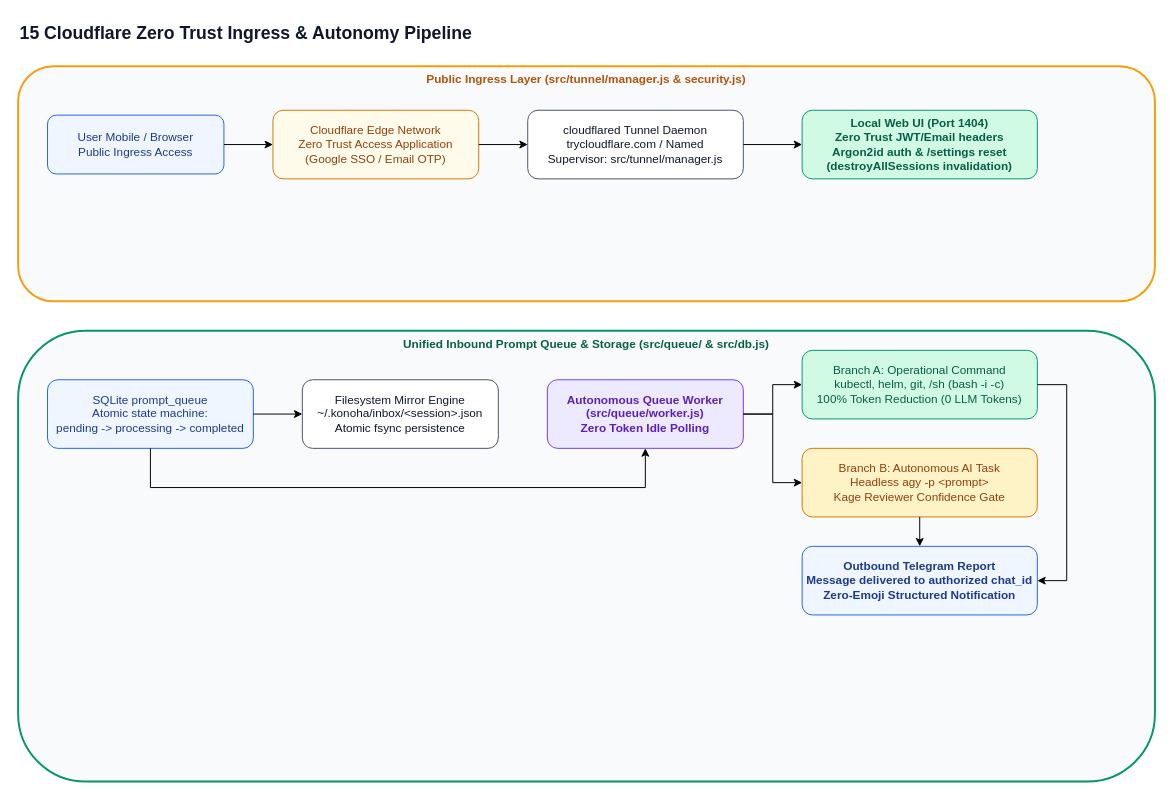
Before: page "15 Cloudflare Zero Trust Ingress & Prompt Queue" (15 of 16) of docs/diagrams/konoha-architecture.drawio in andycungkrinx91/konoha, a draw.io diagram. Source tidied: cells renumbered, new cells numbered last; positions are measured from the earlier drawing's top-left corner, leaving out a move shared by most shapes. Both pictures are drawn from the tidied source at 98%, with x=0, y=0 at pixel (18, 17).
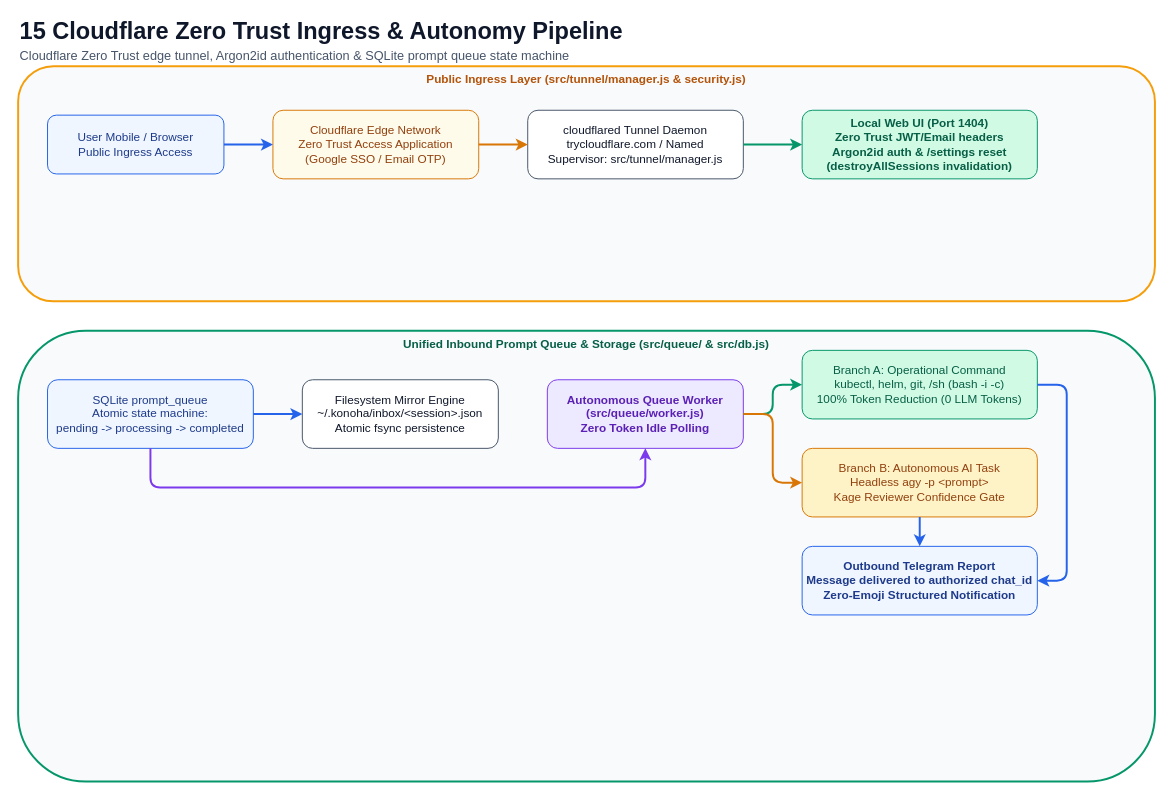
The same diagram, later.

The change refers to these unchanged cells:
```xml
<mxCell id="4" value="User Mobile / Browser&#10;Public Ingress Access" style="rounded=1;whiteSpace=wrap;html=1;fillColor=#eff6ff;strokeColor=#2563eb;fontColor=#1e3a8a;" parent="1" vertex="1">
  <mxGeometry x="30" y="100" width="180" height="60" as="geometry" />
</mxCell>
<mxCell id="5" value="Cloudflare Edge Network&#10;Zero Trust Access Application&#10;(Google SSO / Email OTP)" style="rounded=1;whiteSpace=wrap;html=1;fillColor=#fffbeb;strokeColor=#d97706;fontColor=#92400e;" parent="1" vertex="1">
  <mxGeometry x="260" y="95" width="210" height="70" as="geometry" />
</mxCell>
<mxCell id="6" value="cloudflared Tunnel Daemon&#10;trycloudflare.com / Named&#10;Supervisor: src/tunnel/manager.js" style="rounded=1;whiteSpace=wrap;html=1;fillColor=#ffffff;strokeColor=#475569;fontColor=#0f172a;" parent="1" vertex="1">
  <mxGeometry x="520" y="95" width="220" height="70" as="geometry" />
</mxCell>
<mxCell id="7" value="Local Web UI (Port 1404)&#10;Zero Trust JWT/Email headers&#10;Argon2id auth &amp;amp; /settings reset&#10;(destroyAllSessions invalidation)" style="rounded=1;whiteSpace=wrap;html=1;fillColor=#d1fae5;strokeColor=#059669;fontColor=#065f46;fontStyle=1;" parent="1" vertex="1">
  <mxGeometry x="800" y="95" width="240" height="70" as="geometry" />
</mxCell>
<mxCell id="9" value="SQLite prompt_queue&#10;Atomic state machine:&#10;pending -&amp;gt; processing -&amp;gt; completed" style="rounded=1;whiteSpace=wrap;html=1;fillColor=#eff6ff;strokeColor=#2563eb;fontColor=#1e3a8a;" parent="1" vertex="1">
  <mxGeometry x="30" y="370" width="210" height="70" as="geometry" />
</mxCell>
<mxCell id="10" value="Filesystem Mirror Engine&#10;~/.konoha/inbox/&amp;lt;session&amp;gt;.json&#10;Atomic fsync persistence" style="rounded=1;whiteSpace=wrap;html=1;fillColor=#ffffff;strokeColor=#475569;fontColor=#0f172a;" parent="1" vertex="1">
  <mxGeometry x="290" y="370" width="200" height="70" as="geometry" />
</mxCell>
<mxCell id="11" value="Autonomous Queue Worker&#10;(src/queue/worker.js)&#10;Zero Token Idle Polling" style="rounded=1;whiteSpace=wrap;html=1;fillColor=#ede9fe;strokeColor=#7c3aed;fontColor=#5b21b6;fontStyle=1;" parent="1" vertex="1">
  <mxGeometry x="540" y="370" width="200" height="70" as="geometry" />
</mxCell>
<mxCell id="12" value="Branch A: Operational Command&#10;kubectl, helm, git, /sh (bash -i -c)&#10;100% Token Reduction (0 LLM Tokens)" style="rounded=1;whiteSpace=wrap;html=1;fillColor=#d1fae5;strokeColor=#059669;fontColor=#065f46;" parent="1" vertex="1">
  <mxGeometry x="800" y="340" width="240" height="70" as="geometry" />
</mxCell>
<mxCell id="13" value="Branch B: Autonomous AI Task&#10;Headless agy -p &amp;lt;prompt&amp;gt;&#10;Kage Reviewer Confidence Gate" style="rounded=1;whiteSpace=wrap;html=1;fillColor=#fef3c7;strokeColor=#d97706;fontColor=#92400e;" parent="1" vertex="1">
  <mxGeometry x="800" y="440" width="240" height="70" as="geometry" />
</mxCell>
<mxCell id="14" value="Outbound Telegram Report&#10;Message delivered to authorized chat_id&#10;Zero-Emoji Structured Notification" style="rounded=1;whiteSpace=wrap;html=1;fillColor=#eff6ff;strokeColor=#2563eb;fontColor=#1e3a8a;fontStyle=1;" parent="1" vertex="1">
  <mxGeometry x="800" y="540" width="240" height="70" as="geometry" />
</mxCell>
```

What changed in the source:
```diff
@@
-    <mxCell id="2" value="15 Cloudflare Zero Trust Ingress &amp;amp; Autonomy Pipeline" style="text;html=1;fontSize=18;fontStyle=1;fontColor=#0f172a;" parent="1" vertex="1">
+    <mxCell id="2" value="15 Cloudflare Zero Trust Ingress &amp;amp; Autonomy Pipeline" style="text;html=1;strokeColor=none;fillColor=none;fontColor=#0f172a;fontSize=24;fontStyle=1;align=left;verticalAlign=middle;" parent="1" vertex="1">
       <mxGeometry width="800" height="30" as="geometry" />
     </mxCell>
+    <mxCell id="24" value="Cloudflare Zero Trust edge tunnel, Argon2id authentication &amp; SQLite prompt queue state machine" style="text;html=1;strokeColor=none;fillColor=none;fontColor=#475569;fontSize=13;align=left;verticalAlign=middle;" parent="1" vertex="1">
+      <mxGeometry y="30" width="800" height="18" as="geometry" />
+    </mxCell>
@@
-    <mxCell id="15" style="edgeStyle=orthogonalEdgeStyle;rounded=0;html=1;" parent="1" edge="1" source="4" target="5">
+    <mxCell id="15" style="edgeStyle=orthogonalEdgeStyle;rounded=1;html=1;jettySize=auto;strokeWidth=2;strokeColor=#2563eb;" parent="1" edge="1" source="4" target="5">
       <mxGeometry relative="1" as="geometry" />
     </mxCell>
-    <mxCell id="16" style="edgeStyle=orthogonalEdgeStyle;rounded=0;html=1;" parent="1" edge="1" source="5" target="6">
+    <mxCell id="16" style="edgeStyle=orthogonalEdgeStyle;rounded=1;html=1;jettySize=auto;strokeWidth=2;strokeColor=#d97706;" parent="1" edge="1" source="5" target="6">
       <mxGeometry relative="1" as="geometry" />
     </mxCell>
-    <mxCell id="17" style="edgeStyle=orthogonalEdgeStyle;rounded=0;html=1;" parent="1" edge="1" source="6" target="7">
+    <mxCell id="17" style="edgeStyle=orthogonalEdgeStyle;rounded=1;html=1;jettySize=auto;strokeWidth=2;strokeColor=#059669;" parent="1" edge="1" source="6" target="7">
       <mxGeometry relative="1" as="geometry" />
     </mxCell>
-    <mxCell id="18" style="edgeStyle=orthogonalEdgeStyle;rounded=0;html=1;" parent="1" edge="1" source="9" target="10">
+    <mxCell id="18" style="edgeStyle=orthogonalEdgeStyle;rounded=1;html=1;jettySize=auto;strokeWidth=2;strokeColor=#2563eb;" parent="1" edge="1" source="9" target="10">
       <mxGeometry relative="1" as="geometry" />
     </mxCell>
-    <mxCell id="19" style="edgeStyle=orthogonalEdgeStyle;rounded=0;html=1;" parent="1" edge="1" source="9" target="11">
+    <mxCell id="19" style="edgeStyle=orthogonalEdgeStyle;rounded=1;html=1;jettySize=auto;strokeWidth=2;strokeColor=#7c3aed;" parent="1" edge="1" source="9" target="11">
       <mxGeometry relative="1" as="geometry">
         <Array as="points">
           <mxPoint x="135" y="480" />
           <mxPoint x="640" y="480" />
         </Array>
       </mxGeometry>
     </mxCell>
-    <mxCell id="20" style="edgeStyle=orthogonalEdgeStyle;rounded=0;html=1;" parent="1" edge="1" source="11" target="12">
+    <mxCell id="20" style="edgeStyle=orthogonalEdgeStyle;rounded=1;html=1;jettySize=auto;strokeWidth=2;strokeColor=#059669;" parent="1" edge="1" source="11" target="12">
       <mxGeometry relative="1" as="geometry" />
     </mxCell>
-    <mxCell id="21" style="edgeStyle=orthogonalEdgeStyle;rounded=0;html=1;" parent="1" edge="1" source="11" target="13">
+    <mxCell id="21" style="edgeStyle=orthogonalEdgeStyle;rounded=1;html=1;jettySize=auto;strokeWidth=2;strokeColor=#d97706;" parent="1" edge="1" source="11" target="13">
       <mxGeometry relative="1" as="geometry" />
     </mxCell>
-    <mxCell id="22" style="edgeStyle=orthogonalEdgeStyle;rounded=0;html=1;" parent="1" edge="1" source="12" target="14">
+    <mxCell id="22" style="edgeStyle=orthogonalEdgeStyle;rounded=1;html=1;jettySize=auto;strokeWidth=2;strokeColor=#2563eb;" parent="1" edge="1" source="12" target="14">
       <mxGeometry relative="1" as="geometry">
         <Array as="points">
           <mxPoint x="1070" y="375" />
           <mxPoint x="1070" y="575" />
         </Array>
       </mxGeometry>
     </mxCell>
-    <mxCell id="23" style="edgeStyle=orthogonalEdgeStyle;rounded=0;html=1;" parent="1" edge="1" source="13" target="14">
+    <mxCell id="23" style="edgeStyle=orthogonalEdgeStyle;rounded=1;html=1;jettySize=auto;strokeWidth=2;strokeColor=#2563eb;" parent="1" edge="1" source="13" target="14">
       <mxGeometry relative="1" as="geometry" />
     </mxCell>
```
